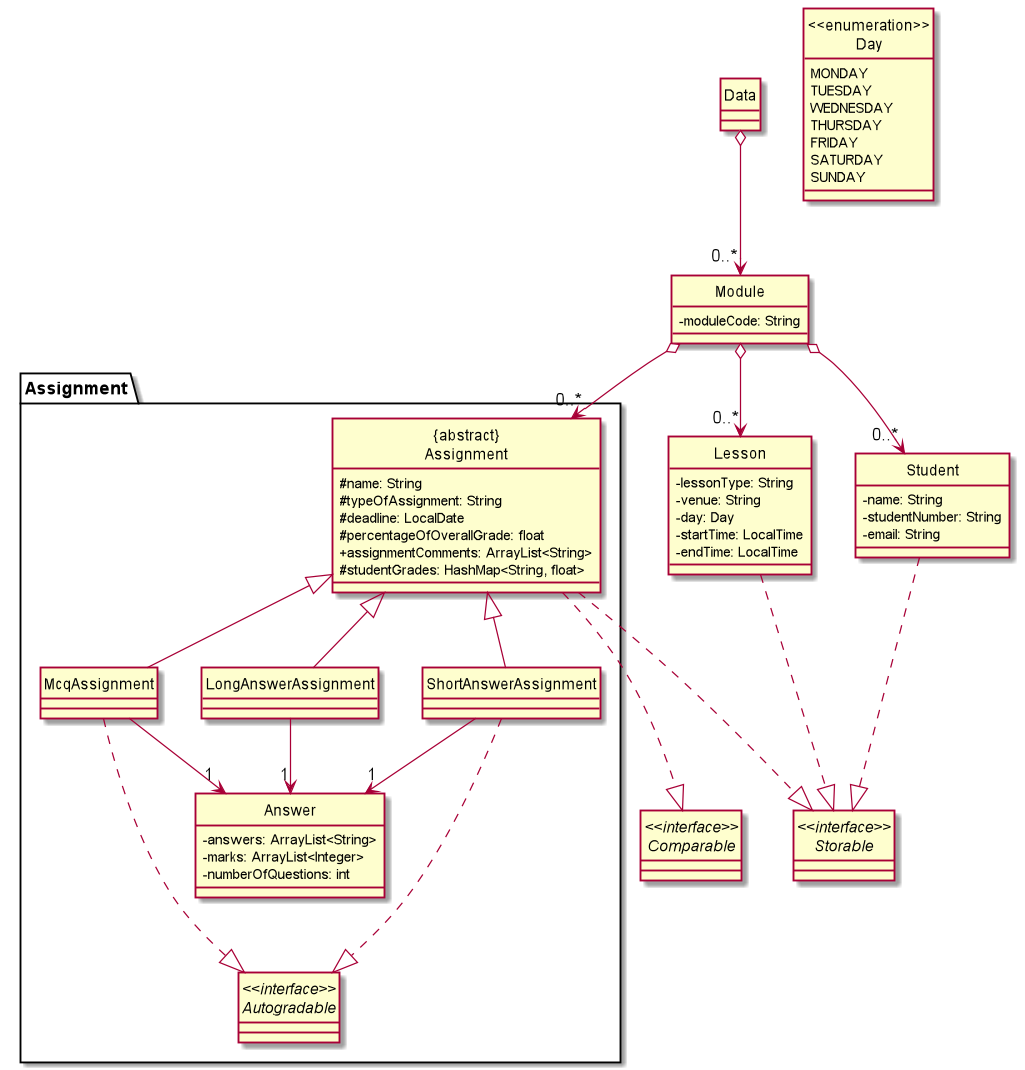
vaiish371/tp keeps this PlantUML diagram as docs/uml/Data.png. Above is the earlier version.
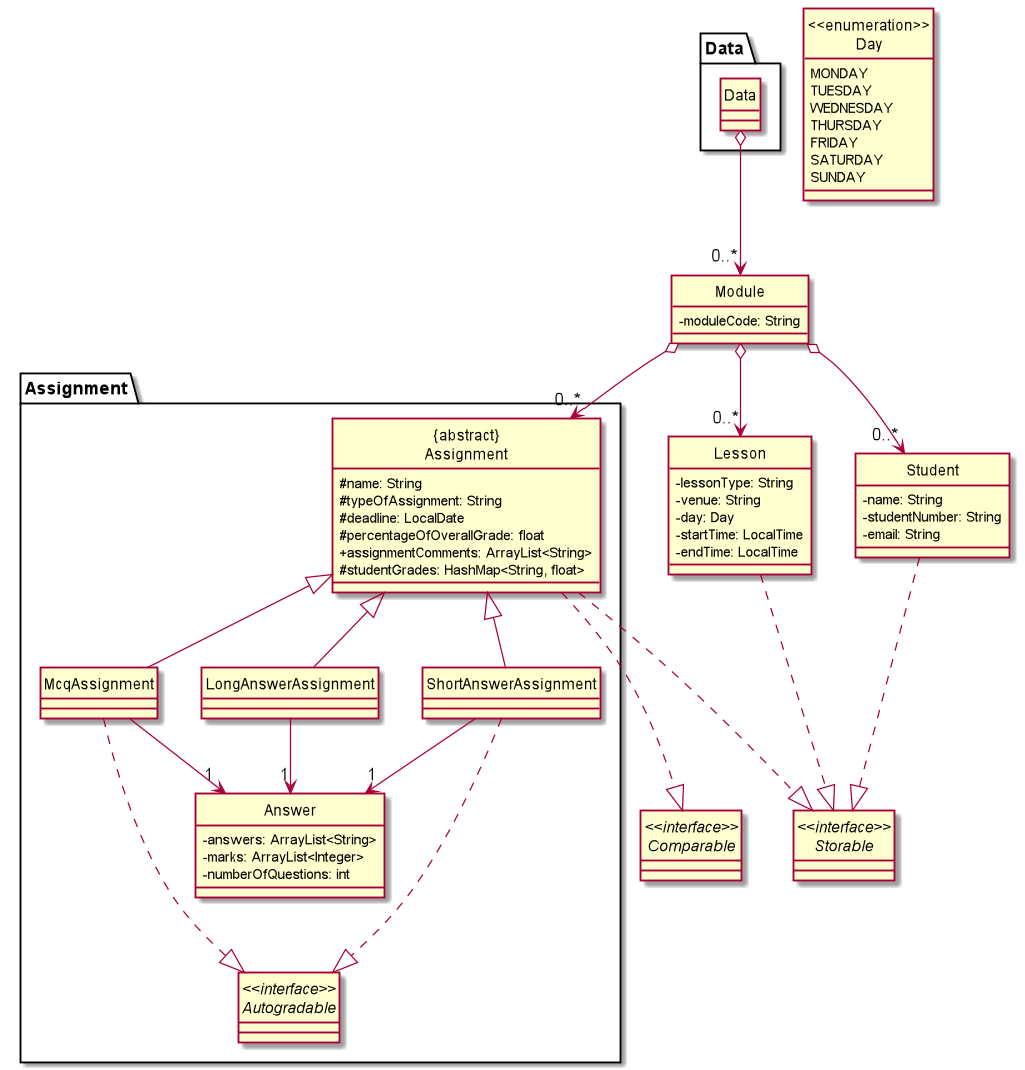
The same file after the commit.

Commit message:
Update DG Data diagram image

What changed in the source:
```diff
@@ -8,9 +8,10 @@
 interface "<<interface>>\nComparable" as Comparable {
 }
 
-class Data {
+package Data {
+    class Data {
+    }
 }
-
 class Module {
     -moduleCode: String
 }
```
